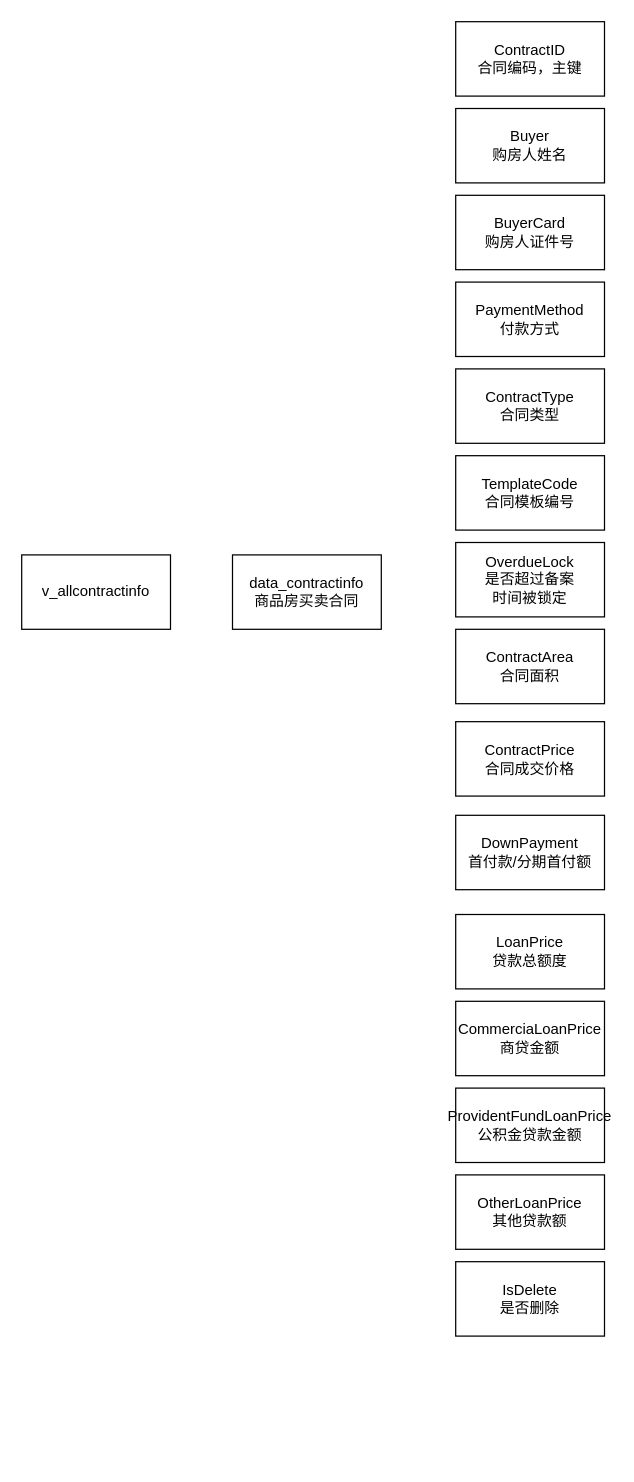
The draw.io diagram VIEW.drawio in fng666/fng666, before the edit. Source tidied: cells renumbered, new cells numbered last; positions are measured from the earlier drawing's top-left corner, leaving out a move shared by most shapes. Both pictures are drawn from the tidied source at 124%, with x=0, y=0 at pixel (21, 21).
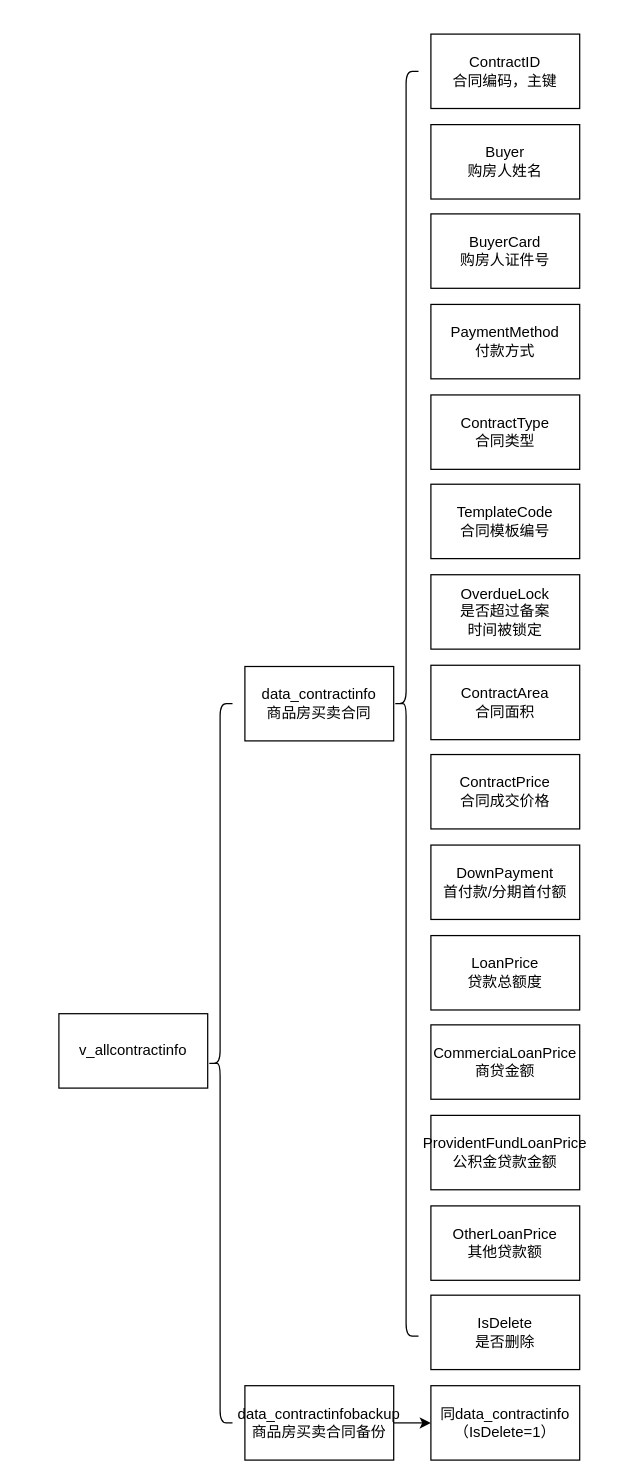
The same diagram, later.

The edit, as a diff of the source:
```diff
@@
     <mxCell id="2" value="v_allcontractinfo" style="rounded=0;whiteSpace=wrap;html=1;" parent="1" vertex="1">
-      <mxGeometry y="430" width="120" height="60" as="geometry" />
+      <mxGeometry x="30" y="800" width="120" height="60" as="geometry" />
     </mxCell>
     <mxCell id="3" value="ContractID&lt;div&gt;合同编码，主键&lt;br&gt;&lt;/div&gt;" style="rounded=0;whiteSpace=wrap;html=1;" parent="1" vertex="1">
-      <mxGeometry x="350" width="120" height="60" as="geometry" />
+      <mxGeometry x="330" y="10" width="120" height="60" as="geometry" />
     </mxCell>
     <mxCell id="4" value="Buyer&lt;div&gt;购房人姓名&lt;br&gt;&lt;/div&gt;" style="rounded=0;whiteSpace=wrap;html=1;" parent="1" vertex="1">
-      <mxGeometry x="350" y="70" width="120" height="60" as="geometry" />
+      <mxGeometry x="330" y="83" width="120" height="60" as="geometry" />
     </mxCell>
     <mxCell id="5" value="ContractType&lt;div&gt;合同类型&lt;br&gt;&lt;/div&gt;" style="rounded=0;whiteSpace=wrap;html=1;" parent="1" vertex="1">
-      <mxGeometry x="350" y="280" width="120" height="60" as="geometry" />
+      <mxGeometry x="330" y="301" width="120" height="60" as="geometry" />
     </mxCell>
     <mxCell id="6" value="PaymentMethod&lt;div&gt;付款方式&lt;br&gt;&lt;/div&gt;" style="rounded=0;whiteSpace=wrap;html=1;" parent="1" vertex="1">
-      <mxGeometry x="350" y="210" width="120" height="60" as="geometry" />
+      <mxGeometry x="330" y="228" width="120" height="60" as="geometry" />
     </mxCell>
     <mxCell id="7" value="BuyerCard&lt;div&gt;购房人证件号&lt;/div&gt;" style="rounded=0;whiteSpace=wrap;html=1;" parent="1" vertex="1">
-      <mxGeometry x="350" y="140" width="120" height="60" as="geometry" />
+      <mxGeometry x="330" y="155" width="120" height="60" as="geometry" />
     </mxCell>
     <mxCell id="8" value="TemplateCode&lt;div&gt;合同模板编号&lt;br&gt;&lt;/div&gt;" style="rounded=0;whiteSpace=wrap;html=1;" parent="1" vertex="1">
-      <mxGeometry x="350" y="350" width="120" height="60" as="geometry" />
+      <mxGeometry x="330" y="373" width="120" height="60" as="geometry" />
     </mxCell>
     <mxCell id="9" value="OverdueLock&lt;div&gt;是否超过备案&lt;/div&gt;&lt;div&gt;时间被锁定&lt;br&gt;&lt;/div&gt;" style="rounded=0;whiteSpace=wrap;html=1;" parent="1" vertex="1">
-      <mxGeometry x="350" y="420" width="120" height="60" as="geometry" />
+      <mxGeometry x="330" y="446" width="120" height="60" as="geometry" />
     </mxCell>
     <mxCell id="10" value="ContractArea&lt;div&gt;合同面积&lt;br&gt;&lt;/div&gt;" style="rounded=0;whiteSpace=wrap;html=1;" parent="1" vertex="1">
-      <mxGeometry x="350" y="490" width="120" height="60" as="geometry" />
+      <mxGeometry x="330" y="519" width="120" height="60" as="geometry" />
     </mxCell>
     <mxCell id="11" value="ContractPrice&lt;div&gt;合同成交价格&lt;br&gt;&lt;/div&gt;" style="rounded=0;whiteSpace=wrap;html=1;" parent="1" vertex="1">
-      <mxGeometry x="350" y="564.5" width="120" height="60" as="geometry" />
+      <mxGeometry x="330" y="591" width="120" height="60" as="geometry" />
     </mxCell>
     <mxCell id="12" value="DownPayment&lt;div&gt;首付款/分期首付额&lt;br&gt;&lt;/div&gt;" style="rounded=0;whiteSpace=wrap;html=1;" parent="1" vertex="1">
-      <mxGeometry x="350" y="640" width="120" height="60" as="geometry" />
+      <mxGeometry x="330" y="664" width="120" height="60" as="geometry" />
     </mxCell>
     <mxCell id="13" value="LoanPrice&lt;div&gt;贷款总额度&lt;br&gt;&lt;/div&gt;" style="rounded=0;whiteSpace=wrap;html=1;" parent="1" vertex="1">
-      <mxGeometry x="350" y="720" width="120" height="60" as="geometry" />
+      <mxGeometry x="330" y="737" width="120" height="60" as="geometry" />
     </mxCell>
     <mxCell id="14" value="CommerciaLoanPrice&lt;div&gt;商贷金额&lt;br&gt;&lt;/div&gt;" style="rounded=0;whiteSpace=wrap;html=1;" parent="1" vertex="1">
-      <mxGeometry x="350" y="790" width="120" height="60" as="geometry" />
+      <mxGeometry x="330" y="809" width="120" height="60" as="geometry" />
     </mxCell>
     <mxCell id="15" value="ProvidentFundLoanPrice&lt;div&gt;公积金贷款金额&lt;br&gt;&lt;/div&gt;" style="rounded=0;whiteSpace=wrap;html=1;" parent="1" vertex="1">
-      <mxGeometry x="350" y="860" width="120" height="60" as="geometry" />
+      <mxGeometry x="330" y="882" width="120" height="60" as="geometry" />
     </mxCell>
     <mxCell id="16" value="OtherLoanPrice&lt;div&gt;其他贷款额&lt;br&gt;&lt;/div&gt;" style="rounded=0;whiteSpace=wrap;html=1;" parent="1" vertex="1">
-      <mxGeometry x="350" y="930" width="120" height="60" as="geometry" />
+      <mxGeometry x="330" y="955" width="120" height="60" as="geometry" />
     </mxCell>
     <mxCell id="17" value="IsDelete&lt;div&gt;是否删除&lt;br&gt;&lt;/div&gt;" style="rounded=0;whiteSpace=wrap;html=1;" parent="1" vertex="1">
-      <mxGeometry x="350" y="1000" width="120" height="60" as="geometry" />
+      <mxGeometry x="330" y="1027" width="120" height="60" as="geometry" />
     </mxCell>
     <mxCell id="18" value="data_contractinfo&lt;div&gt;商品房买卖合同&lt;/div&gt;" style="rounded=0;whiteSpace=wrap;html=1;" parent="1" vertex="1">
-      <mxGeometry x="170" y="430" width="120" height="60" as="geometry" />
+      <mxGeometry x="180" y="520" width="120" height="60" as="geometry" />
     </mxCell>
+    <mxCell id="19" style="shape=curlyBracket;whiteSpace=wrap;html=1;rounded=1;labelPosition=left;verticalLabelPosition=middle;align=right;verticalAlign=middle;size=0.5;" parent="1" vertex="1">
+      <mxGeometry x="300" y="40" width="20" height="1020" as="geometry" />
+    </mxCell>
+    <mxCell id="20" value="data_contractinfobackup&lt;div&gt;商品房买卖合同备份&lt;br&gt;&lt;/div&gt;" style="rounded=0;whiteSpace=wrap;html=1;" parent="1" vertex="1">
+      <mxGeometry x="180" y="1100" width="120" height="60" as="geometry" />
+    </mxCell>
+    <mxCell id="21" style="shape=curlyBracket;whiteSpace=wrap;html=1;rounded=1;labelPosition=left;verticalLabelPosition=middle;align=right;verticalAlign=middle;size=0.5;" parent="1" vertex="1">
+      <mxGeometry x="150" y="550" width="20" height="580" as="geometry" />
+    </mxCell>
+    <mxCell id="22" style="endArrow=classic;html=1;rounded=0;exitX=1;exitY=0.5;exitDx=0;exitDy=0;" parent="1" edge="1" source="20" target="23">
+      <mxGeometry relative="1" as="geometry" />
+    </mxCell>
+    <mxCell id="23" value="同data_contractinfo（IsDelete=1）" style="rounded=0;whiteSpace=wrap;html=1;" parent="1" vertex="1">
+      <mxGeometry x="330" y="1100" width="120" height="60" as="geometry" />
+    </mxCell>
```
